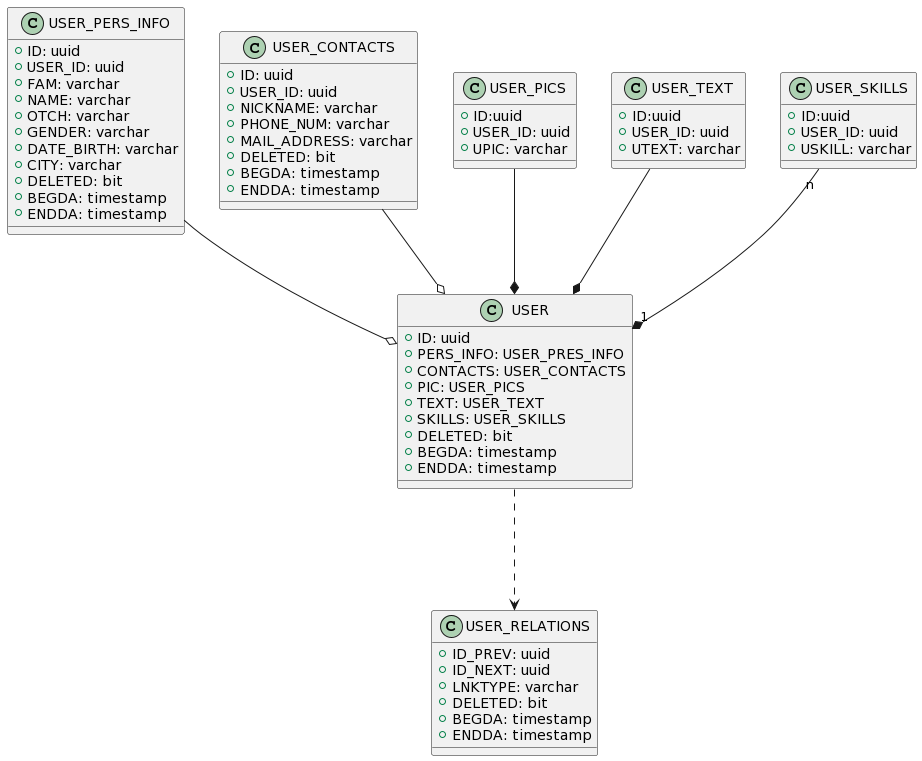
AnastasiaZudina/microserv_alfa_campus keeps this PlantUML diagram as uml_classes.png. Above is the earlier version. Its diagram source:
```plantuml
@startuml
class USER {
  +ID: uuid
  +PERS_INFO: USER_PRES_INFO
  +CONTACTS: USER_CONTACTS
  +PIC: USER_PICS
  +TEXT: USER_TEXT
  +SKILLS: USER_SKILLS
  +DELETED: bit
  +BEGDA: timestamp
  +ENDDA: timestamp
}

class USER_RELATIONS {
  +ID_PREV: uuid
  +ID_NEXT: uuid
  +LNKTYPE: varchar
  +DELETED: bit
  +BEGDA: timestamp
  +ENDDA: timestamp
}

class USER_PERS_INFO {
  +ID: uuid
  +USER_ID: uuid
  +FAM: varchar
  +NAME: varchar
  +OTCH: varchar
  +GENDER: varchar
  +DATE_BIRTH: varchar
  +CITY: varchar
  +DELETED: bit
  +BEGDA: timestamp
  +ENDDA: timestamp

}

class USER_CONTACTS {
  +ID: uuid
  +USER_ID: uuid
  +NICKNAME: varchar
  +PHONE_NUM: varchar
  +MAIL_ADDRESS: varchar
  +DELETED: bit
  +BEGDA: timestamp
  +ENDDA: timestamp
}


class USER_PICS{
  +ID:uuid
  +USER_ID: uuid
  +UPIC: varchar
}


class USER_TEXT{
  +ID:uuid
  +USER_ID: uuid
  +UTEXT: varchar
}

class USER_SKILLS{
  +ID:uuid
  +USER_ID: uuid
  +USKILL: varchar
}

USER_PERS_INFO --o USER
USER_CONTACTS --o USER
USER_PICS --* USER
USER_TEXT --* USER
USER_SKILLS "n" --* "1" USER

USER ...> USER_RELATIONS
@enduml
```
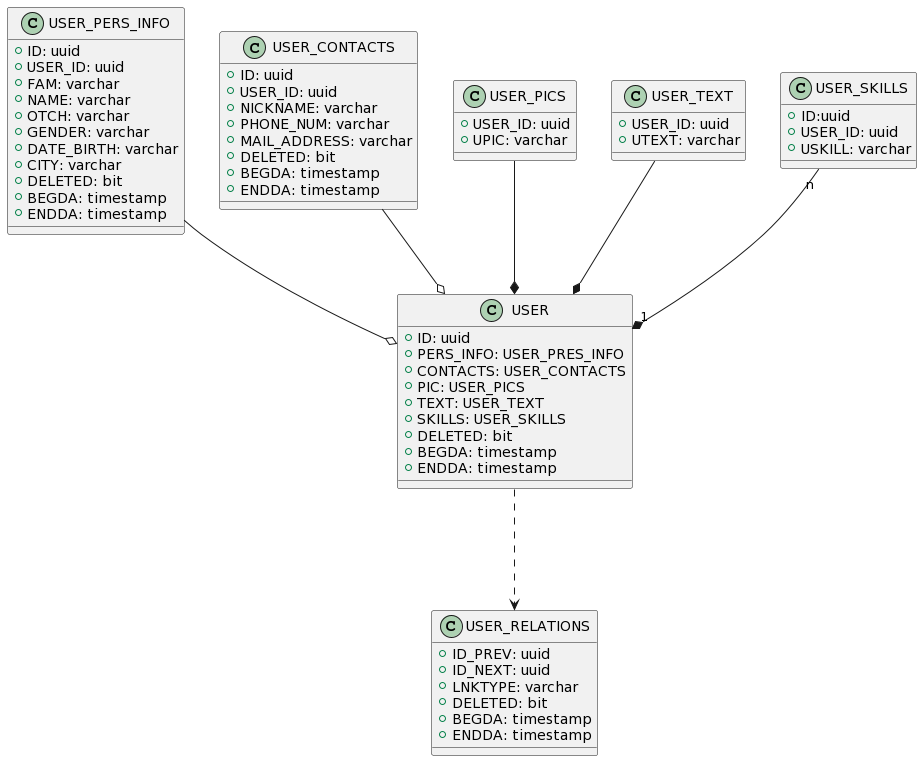
The same diagram one commit later.

Diff of the diagram source:
```diff
@@ -48,14 +48,12 @@
 
 
 class USER_PICS{
-  +ID:uuid
   +USER_ID: uuid
   +UPIC: varchar
 }
 
 
 class USER_TEXT{
-  +ID:uuid
   +USER_ID: uuid
   +UTEXT: varchar
 }
```
